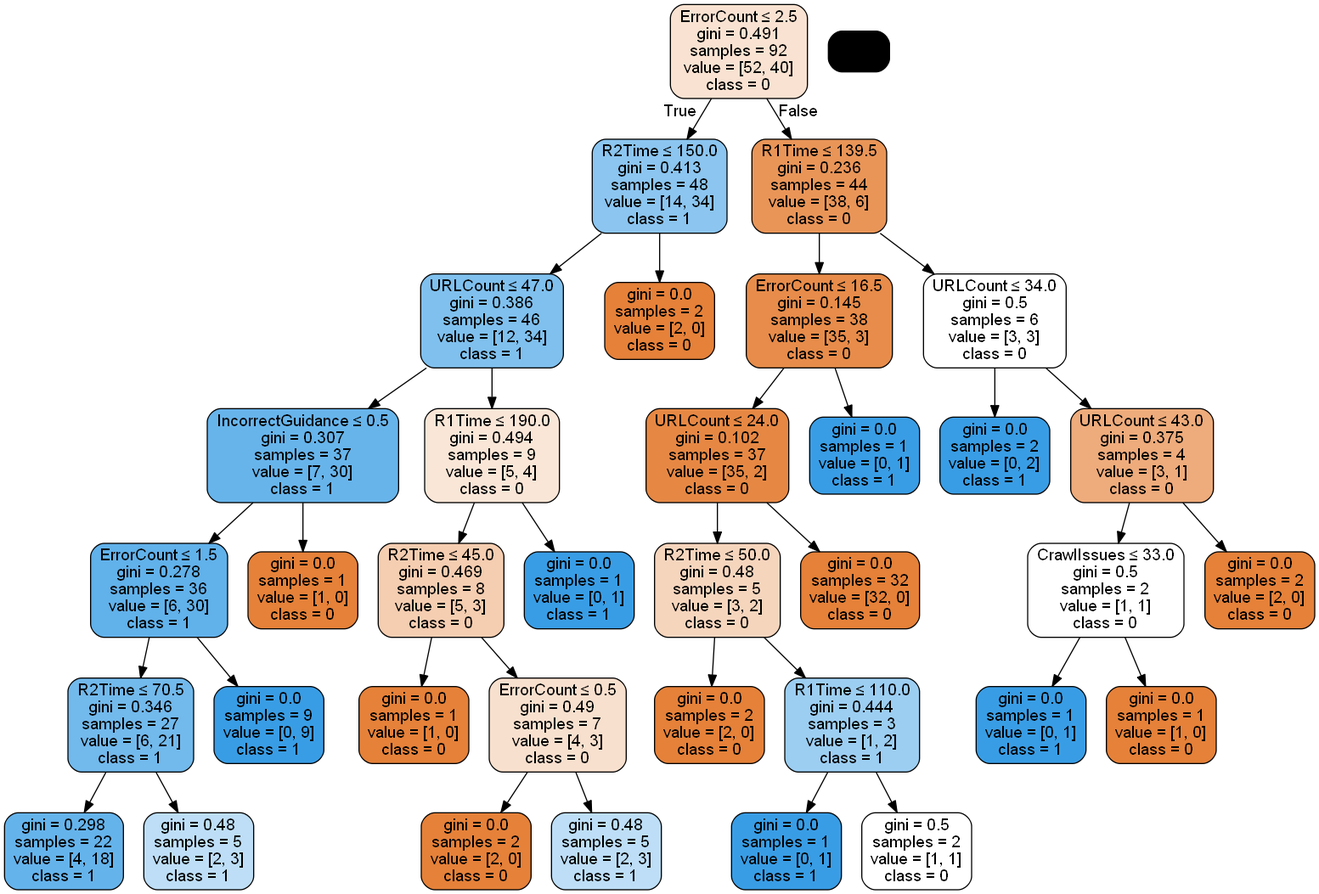
Above: tree_2.png in Yumil22/Curso_Python (Graphviz), before the change. Its source is kept beside it as tree_2.dot.
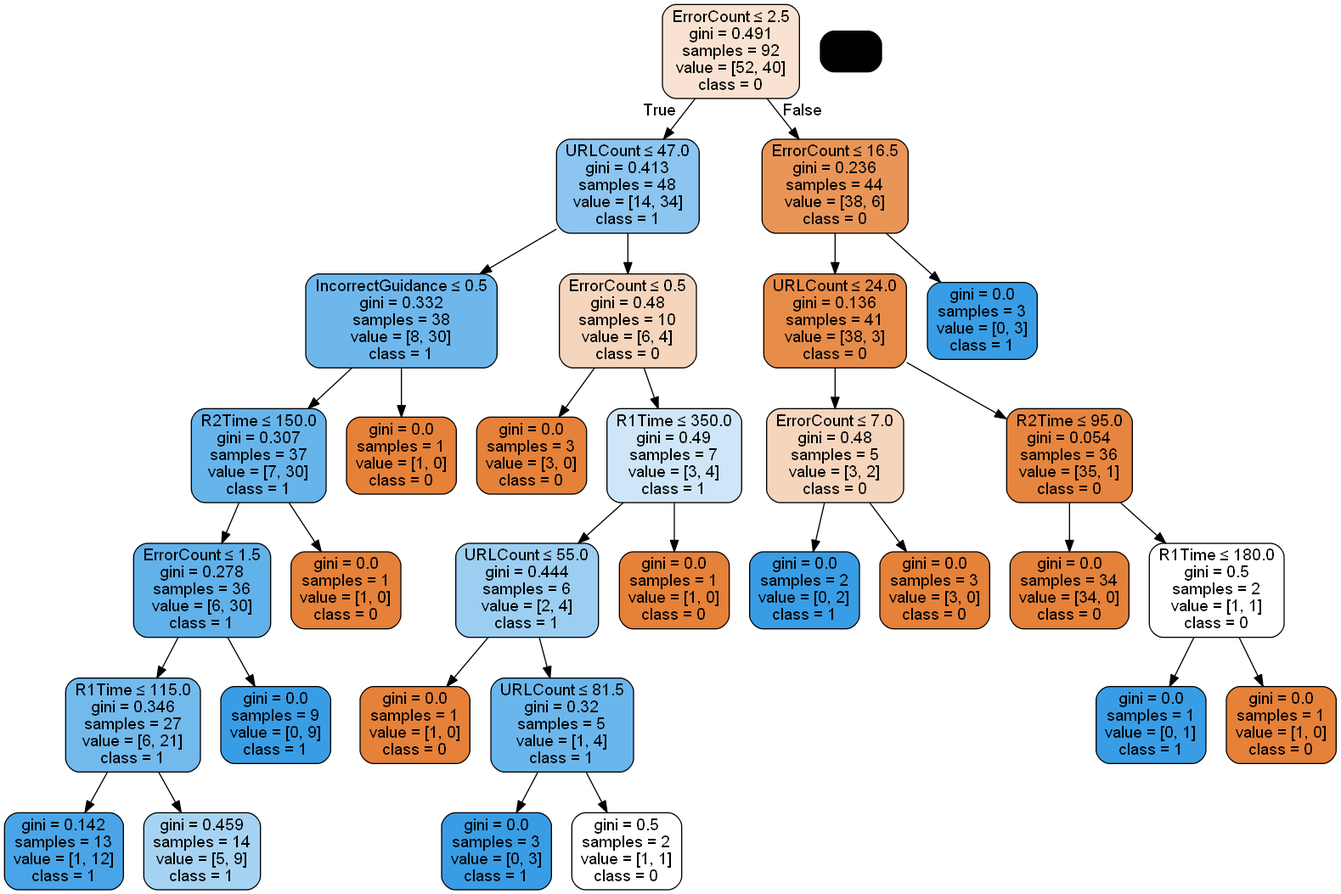
The same diagram one commit later.

What changed in the source:
```diff
@@ -1,104 +1,64 @@
 digraph Tree {
 node [shape=box] ;
-0 [label="URLCount <= 35.0\ngini = 0.491\nsamples = 92\nvalue = [52, 40]"] ;
-1 [label="R1Time <= 129.5\ngini = 0.429\nsamples = 45\nvalue = [14, 31]"] ;
+0 [label="ErrorCount <= 2.5\ngini = 0.491\nsamples = 92\nvalue = [52, 40]"] ;
+1 [label="URLCount <= 47.0\ngini = 0.413\nsamples = 48\nvalue = [14, 34]"] ;
 0 -> 1 [labeldistance=2.5, labelangle=45, headlabel="True"] ;
-2 [label="ErrorCount <= 2.5\ngini = 0.487\nsamples = 31\nvalue = [13, 18]"] ;
+2 [label="IncorrectGuidance <= 0.5\ngini = 0.332\nsamples = 38\nvalue = [8, 30]"] ;
 1 -> 2 ;
-3 [label="CrawlIssues <= 50.0\ngini = 0.375\nsamples = 20\nvalue = [5, 15]"] ;
+3 [label="R2Time <= 150.0\ngini = 0.307\nsamples = 37\nvalue = [7, 30]"] ;
 2 -> 3 ;
-4 [label="R2Time <= 15.0\ngini = 0.305\nsamples = 16\nvalue = [3, 13]"] ;
+4 [label="ErrorCount <= 1.5\ngini = 0.278\nsamples = 36\nvalue = [6, 30]"] ;
 3 -> 4 ;
-5 [label="R1Time <= 80.0\ngini = 0.5\nsamples = 2\nvalue = [1, 1]"] ;
+5 [label="R1Time <= 115.0\ngini = 0.346\nsamples = 27\nvalue = [6, 21]"] ;
 4 -> 5 ;
-6 [label="gini = 0.0\nsamples = 1\nvalue = [1, 0]"] ;
+6 [label="gini = 0.142\nsamples = 13\nvalue = [1, 12]"] ;
 5 -> 6 ;
-7 [label="gini = 0.0\nsamples = 1\nvalue = [0, 1]"] ;
+7 [label="gini = 0.459\nsamples = 14\nvalue = [5, 9]"] ;
 5 -> 7 ;
-8 [label="R2Time <= 65.0\ngini = 0.245\nsamples = 14\nvalue = [2, 12]"] ;
+8 [label="gini = 0.0\nsamples = 9\nvalue = [0, 9]"] ;
 4 -> 8 ;
-9 [label="gini = 0.298\nsamples = 11\nvalue = [2, 9]"] ;
-8 -> 9 ;
-10 [label="gini = 0.0\nsamples = 3\nvalue = [0, 3]"] ;
-8 -> 10 ;
-11 [label="R2Time <= 75.0\ngini = 0.5\nsamples = 4\nvalue = [2, 2]"] ;
-3 -> 11 ;
-12 [label="R2Time <= 55.0\ngini = 0.444\nsamples = 3\nvalue = [1, 2]"] ;
+9 [label="gini = 0.0\nsamples = 1\nvalue = [1, 0]"] ;
+3 -> 9 ;
+10 [label="gini = 0.0\nsamples = 1\nvalue = [1, 0]"] ;
+2 -> 10 ;
+11 [label="ErrorCount <= 0.5\ngini = 0.48\nsamples = 10\nvalue = [6, 4]"] ;
+1 -> 11 ;
+12 [label="gini = 0.0\nsamples = 3\nvalue = [3, 0]"] ;
 11 -> 12 ;
-13 [label="gini = 0.5\nsamples = 2\nvalue = [1, 1]"] ;
-12 -> 13 ;
-14 [label="gini = 0.0\nsamples = 1\nvalue = [0, 1]"] ;
-12 -> 14 ;
+13 [label="R1Time <= 350.0\ngini = 0.49\nsamples = 7\nvalue = [3, 4]"] ;
+11 -> 13 ;
+14 [label="URLCount <= 55.0\ngini = 0.444\nsamples = 6\nvalue = [2, 4]"] ;
+13 -> 14 ;
 15 [label="gini = 0.0\nsamples = 1\nvalue = [1, 0]"] ;
-11 -> 15 ;
-16 [label="URLCount <= 24.0\ngini = 0.397\nsamples = 11\nvalue = [8, 3]"] ;
-2 -> 16 ;
-17 [label="CrawlIssues <= 25.0\ngini = 0.5\nsamples = 6\nvalue = [3, 3]"] ;
+14 -> 15 ;
+16 [label="URLCount <= 81.5\ngini = 0.32\nsamples = 5\nvalue = [1, 4]"] ;
+14 -> 16 ;
+17 [label="gini = 0.0\nsamples = 3\nvalue = [0, 3]"] ;
 16 -> 17 ;
-18 [label="ErrorCount <= 10.0\ngini = 0.444\nsamples = 3\nvalue = [1, 2]"] ;
-17 -> 18 ;
-19 [label="gini = 0.0\nsamples = 2\nvalue = [0, 2]"] ;
-18 -> 19 ;
-20 [label="gini = 0.0\nsamples = 1\nvalue = [1, 0]"] ;
-18 -> 20 ;
-21 [label="ErrorCount <= 15.0\ngini = 0.444\nsamples = 3\nvalue = [2, 1]"] ;
-17 -> 21 ;
-22 [label="gini = 0.0\nsamples = 2\nvalue = [2, 0]"] ;
+18 [label="gini = 0.5\nsamples = 2\nvalue = [1, 1]"] ;
+16 -> 18 ;
+19 [label="gini = 0.0\nsamples = 1\nvalue = [1, 0]"] ;
+13 -> 19 ;
+20 [label="ErrorCount <= 16.5\ngini = 0.236\nsamples = 44\nvalue = [38, 6]"] ;
+0 -> 20 [labeldistance=2.5, labelangle=-45, headlabel="False"] ;
+21 [label="URLCount <= 24.0\ngini = 0.136\nsamples = 41\nvalue = [38, 3]"] ;
+20 -> 21 ;
+22 [label="ErrorCount <= 7.0\ngini = 0.48\nsamples = 5\nvalue = [3, 2]"] ;
 21 -> 22 ;
-23 [label="gini = 0.0\nsamples = 1\nvalue = [0, 1]"] ;
-21 -> 23 ;
-24 [label="gini = 0.0\nsamples = 5\nvalue = [5, 0]"] ;
-16 -> 24 ;
-25 [label="CrawlIssues <= 50.0\ngini = 0.133\nsamples = 14\nvalue = [1, 13]"] ;
-1 -> 25 ;
-26 [label="gini = 0.0\nsamples = 8\nvalue = [0, 8]"] ;
+23 [label="gini = 0.0\nsamples = 2\nvalue = [0, 2]"] ;
+22 -> 23 ;
+24 [label="gini = 0.0\nsamples = 3\nvalue = [3, 0]"] ;
+22 -> 24 ;
+25 [label="R2Time <= 95.0\ngini = 0.054\nsamples = 36\nvalue = [35, 1]"] ;
+21 -> 25 ;
+26 [label="gini = 0.0\nsamples = 34\nvalue = [34, 0]"] ;
 25 -> 26 ;
-27 [label="URLCount <= 20.5\ngini = 0.278\nsamples = 6\nvalue = [1, 5]"] ;
+27 [label="R1Time <= 180.0\ngini = 0.5\nsamples = 2\nvalue = [1, 1]"] ;
 25 -> 27 ;
-28 [label="gini = 0.0\nsamples = 1\nvalue = [1, 0]"] ;
+28 [label="gini = 0.0\nsamples = 1\nvalue = [0, 1]"] ;
 27 -> 28 ;
-29 [label="gini = 0.0\nsamples = 5\nvalue = [0, 5]"] ;
+29 [label="gini = 0.0\nsamples = 1\nvalue = [1, 0]"] ;
 27 -> 29 ;
-30 [label="R1Time <= 139.5\ngini = 0.31\nsamples = 47\nvalue = [38, 9]"] ;
-0 -> 30 [labeldistance=2.5, labelangle=-45, headlabel="False"] ;
-31 [label="R2Time <= 100.0\ngini = 0.202\nsamples = 35\nvalue = [31, 4]"] ;
-30 -> 31 ;
-32 [label="CrawlIssues <= 45.5\ngini = 0.161\nsamples = 34\nvalue = [31, 3]"] ;
-31 -> 32 ;
-33 [label="R1Time <= 129.5\ngini = 0.064\nsamples = 30\nvalue = [29, 1]"] ;
-32 -> 33 ;
-34 [label="gini = 0.0\nsamples = 2\nvalue = [2, 0]"] ;
-33 -> 34 ;
-35 [label="CrawlIssues <= 12.5\ngini = 0.069\nsamples = 28\nvalue = [27, 1]"] ;
-33 -> 35 ;
-36 [label="gini = 0.0\nsamples = 1\nvalue = [0, 1]"] ;
-35 -> 36 ;
-37 [label="gini = 0.0\nsamples = 27\nvalue = [27, 0]"] ;
-35 -> 37 ;
-38 [label="R1Time <= 129.5\ngini = 0.5\nsamples = 4\nvalue = [2, 2]"] ;
-32 -> 38 ;
-39 [label="gini = 0.0\nsamples = 1\nvalue = [0, 1]"] ;
-38 -> 39 ;
-40 [label="URLCount <= 66.0\ngini = 0.444\nsamples = 3\nvalue = [2, 1]"] ;
-38 -> 40 ;
-41 [label="gini = 0.0\nsamples = 1\nvalue = [1, 0]"] ;
-40 -> 41 ;
-42 [label="gini = 0.5\nsamples = 2\nvalue = [1, 1]"] ;
-40 -> 42 ;
-43 [label="gini = 0.0\nsamples = 1\nvalue = [0, 1]"] ;
-31 -> 43 ;
-44 [label="ErrorCount <= 3.5\ngini = 0.486\nsamples = 12\nvalue = [7, 5]"] ;
-30 -> 44 ;
-45 [label="URLCount <= 37.0\ngini = 0.494\nsamples = 9\nvalue = [4, 5]"] ;
-44 -> 45 ;
-46 [label="gini = 0.0\nsamples = 2\nvalue = [2, 0]"] ;
-45 -> 46 ;
-47 [label="URLCount <= 83.5\ngini = 0.408\nsamples = 7\nvalue = [2, 5]"] ;
-45 -> 47 ;
-48 [label="gini = 0.0\nsamples = 5\nvalue = [0, 5]"] ;
-47 -> 48 ;
-49 [label="gini = 0.0\nsamples = 2\nvalue = [2, 0]"] ;
-47 -> 49 ;
-50 [label="gini = 0.0\nsamples = 3\nvalue = [3, 0]"] ;
-44 -> 50 ;
+30 [label="gini = 0.0\nsamples = 3\nvalue = [0, 3]"] ;
+20 -> 30 ;
 }
```
